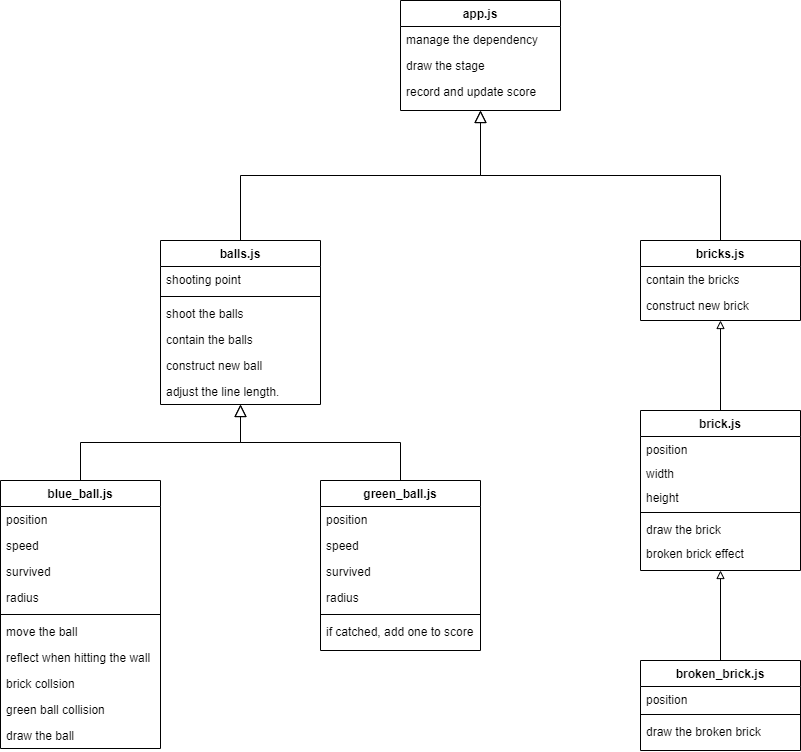
This is swipe.drawio.png from ji-seung-ryu/swipe-game, a draw.io export, as it was before one commit. Source tidied: cells renumbered, new cells last; positions are measured from the earlier drawing's top-left corner, leaving out a move shared by most shapes.
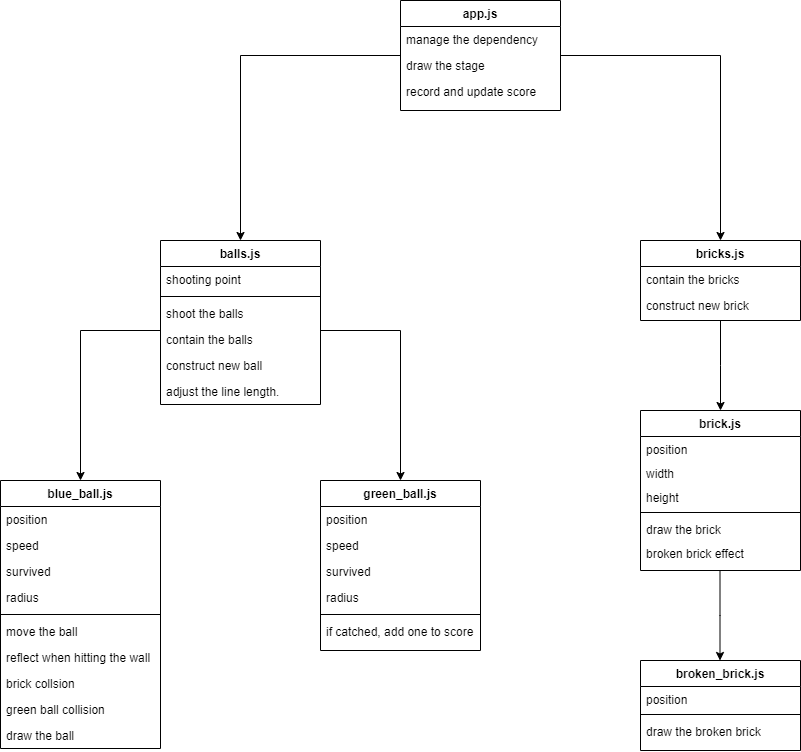
Above is the later version.

Change to the diagram source:
```diff
@@ -35,15 +35,6 @@
     <mxCell id="12" value="adjust the line length." style="text;align=left;verticalAlign=top;spacingLeft=4;spacingRight=4;overflow=hidden;points=[[0,0.5],[1,0.5]];portConstraint=eastwest;" parent="6" vertex="1">
       <mxGeometry y="138" width="160" height="26" as="geometry" />
     </mxCell>
-    <mxCell id="13" style="endArrow=block;endSize=10;endFill=0;shadow=0;strokeWidth=1;rounded=0;edgeStyle=elbowEdgeStyle;elbow=vertical;" parent="1" edge="1" source="6" target="2">
-      <mxGeometry relative="1" as="geometry" />
-    </mxCell>
-    <mxCell id="14" style="endArrow=block;endSize=10;endFill=0;shadow=0;strokeWidth=1;rounded=0;edgeStyle=elbowEdgeStyle;elbow=vertical;" parent="1" edge="1" source="16" target="2">
-      <mxGeometry relative="1" as="geometry" />
-    </mxCell>
-    <mxCell id="15" style="edgeStyle=orthogonalEdgeStyle;rounded=0;jettySize=auto;html=1;endArrow=block;endFill=0;strokeWidth=1;" parent="1" edge="1" source="32" target="16">
-      <mxGeometry relative="1" as="geometry" />
-    </mxCell>
     <mxCell id="16" value="bricks.js" style="swimlane;fontStyle=1;align=center;verticalAlign=top;horizontal=1;startSize=26;rounded=0;shadow=0;strokeWidth=1;" parent="1" vertex="1">
       <mxGeometry x="640" y="240" width="160" height="80" as="geometry" />
     </mxCell>
@@ -86,12 +77,6 @@
     <mxCell id="29" value="draw the ball" style="text;align=left;verticalAlign=top;spacingLeft=4;spacingRight=4;overflow=hidden;" parent="19" vertex="1">
       <mxGeometry y="242" width="160" height="26" as="geometry" />
     </mxCell>
-    <mxCell id="30" style="endArrow=block;endSize=10;endFill=0;shadow=0;strokeWidth=1;rounded=0;edgeStyle=elbowEdgeStyle;elbow=vertical;exitX=0.5;exitY=0;exitDx=0;exitDy=0;entryX=0.5;entryY=1;entryDx=0;entryDy=0;entryPerimeter=0;" parent="1" edge="1" source="19" target="12">
-      <mxGeometry relative="1" as="geometry" />
-    </mxCell>
-    <mxCell id="31" style="edgeStyle=orthogonalEdgeStyle;rounded=0;jettySize=auto;html=1;endArrow=block;endFill=0;strokeWidth=1;" parent="1" edge="1" source="39" target="32">
-      <mxGeometry relative="1" as="geometry" />
-    </mxCell>
     <mxCell id="32" value="brick.js" style="swimlane;fontStyle=1;align=center;verticalAlign=top;horizontal=1;startSize=26;rounded=0;shadow=0;strokeWidth=1;" parent="1" vertex="1">
       <mxGeometry x="640" y="410" width="160" height="160" as="geometry" />
     </mxCell>
@@ -146,8 +131,43 @@
     <mxCell id="49" value="if catched, add one to score" style="text;align=left;verticalAlign=top;spacingLeft=4;spacingRight=4;overflow=hidden;" parent="43" vertex="1">
       <mxGeometry y="138" width="160" height="26" as="geometry" />
     </mxCell>
-    <mxCell id="50" style="endArrow=block;endSize=10;endFill=0;shadow=0;strokeWidth=1;rounded=0;edgeStyle=elbowEdgeStyle;elbow=vertical;" parent="1" edge="1" source="43" target="6">
-      <mxGeometry relative="1" as="geometry" />
-    </mxCell>
+    <mxCell id="51" style="edgeStyle=elbowEdgeStyle;elbow=horizontal;endArrow=classic;html=1;rounded=0;" parent="1" edge="1" source="2">
+      <mxGeometry relative="1" as="geometry">
+        <mxPoint x="720" y="240" as="targetPoint" />
+        <Array as="points">
+          <mxPoint x="720" y="160" />
+        </Array>
+      </mxGeometry>
+    </mxCell>
+    <mxCell id="52" style="edgeStyle=elbowEdgeStyle;elbow=horizontal;endArrow=classic;html=1;rounded=0;entryX=0.5;entryY=0;entryDx=0;entryDy=0;" parent="1" edge="1" source="2" target="6">
+      <mxGeometry relative="1" as="geometry">
+        <Array as="points">
+          <mxPoint x="240" y="150" />
+        </Array>
+      </mxGeometry>
+    </mxCell>
+    <mxCell id="53" style="edgeStyle=elbowEdgeStyle;elbow=vertical;endArrow=classic;html=1;rounded=0;" parent="1" edge="1" source="16" target="32">
+      <mxGeometry relative="1" as="geometry" />
+    </mxCell>
+    <mxCell id="54" style="edgeStyle=elbowEdgeStyle;elbow=vertical;endArrow=classic;html=1;rounded=0;" parent="1" edge="1">
+      <mxGeometry relative="1" as="geometry">
+        <mxPoint x="719.5" y="570" as="sourcePoint" />
+        <mxPoint x="719.5" y="660" as="targetPoint" />
+      </mxGeometry>
+    </mxCell>
+    <mxCell id="55" style="edgeStyle=elbowEdgeStyle;elbow=horizontal;endArrow=classic;html=1;rounded=0;" parent="1" edge="1" source="6" target="19">
+      <mxGeometry relative="1" as="geometry">
+        <Array as="points">
+          <mxPoint x="80" y="330" />
+        </Array>
+      </mxGeometry>
+    </mxCell>
+    <mxCell id="56" style="edgeStyle=elbowEdgeStyle;elbow=horizontal;endArrow=classic;html=1;rounded=0;" parent="1" edge="1" source="6" target="43">
+      <mxGeometry relative="1" as="geometry">
+        <Array as="points">
+          <mxPoint x="400" y="330" />
+        </Array>
+      </mxGeometry>
+    </mxCell>
   </root>
 </mxGraphModel>
```
